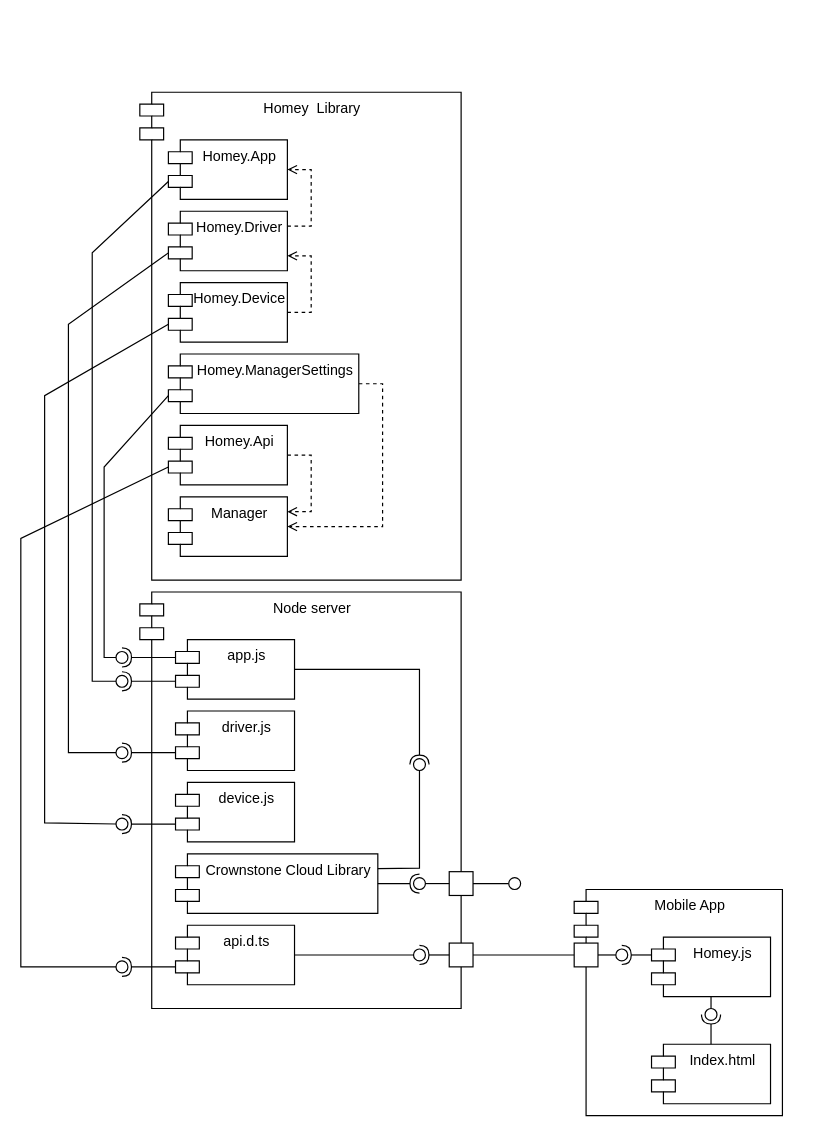
Earlier version of the draw.io diagram Extra/Issue 2 - Component Diagram Version 3.drawio (MJKoedam/Crownstone-Intern-Files). Source tidied: cells renumbered, new cells numbered last; positions are measured from the earlier drawing's top-left corner, leaving out a move shared by most shapes. Both pictures are drawn from the tidied source at 119%, with x=0, y=0 at pixel (20, 92).
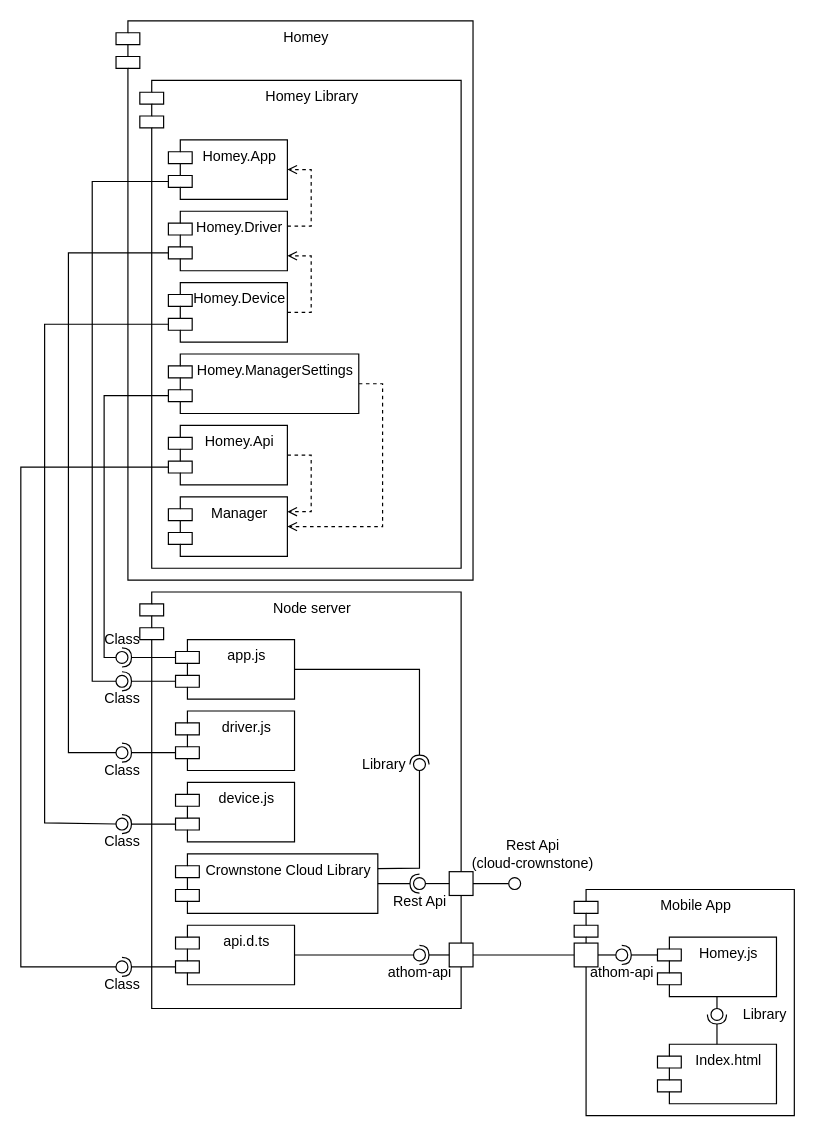
After the change.

Commit message (it also covers changes not shown here):
made a new version of the component diagram

Unchanged cells that the change refers to:
```xml
<mxCell id="3" value="Homey.App" style="shape=module;align=left;spacingLeft=20;align=center;verticalAlign=top;" parent="1" vertex="1">
  <mxGeometry x="124" y="40" width="100" height="50" as="geometry" />
</mxCell>
<mxCell id="5" value="Homey.Driver" style="shape=module;align=left;spacingLeft=20;align=center;verticalAlign=top;" parent="1" vertex="1">
  <mxGeometry x="124" y="100" width="100" height="50" as="geometry" />
</mxCell>
<mxCell id="7" value="Homey.Device" style="shape=module;align=left;spacingLeft=20;align=center;verticalAlign=top;" parent="1" vertex="1">
  <mxGeometry x="124" y="160" width="100" height="50" as="geometry" />
</mxCell>
<mxCell id="9" value="Homey.ManagerSettings" style="shape=module;align=center;spacingLeft=20;align=center;verticalAlign=top;labelPosition=center;verticalLabelPosition=middle;" parent="1" vertex="1">
  <mxGeometry x="124" y="220" width="160" height="50" as="geometry" />
</mxCell>
<mxCell id="24" style="ellipse;whiteSpace=wrap;html=1;fontFamily=Helvetica;fontSize=12;fontColor=#000000;align=center;strokeColor=#000000;fillColor=#ffffff;points=[];" parent="1" vertex="1">
  <mxGeometry x="80" y="490" width="10" height="10" as="geometry" />
</mxCell>
<mxCell id="27" style="ellipse;whiteSpace=wrap;html=1;fontFamily=Helvetica;fontSize=12;fontColor=#000000;align=center;strokeColor=#000000;fillColor=#ffffff;points=[];" parent="1" vertex="1">
  <mxGeometry x="80" y="550" width="10" height="10" as="geometry" />
</mxCell>
<mxCell id="30" style="ellipse;whiteSpace=wrap;html=1;fontFamily=Helvetica;fontSize=12;fontColor=#000000;align=center;strokeColor=#000000;fillColor=#ffffff;points=[];" parent="1" vertex="1">
  <mxGeometry x="80" y="610" width="10" height="10" as="geometry" />
</mxCell>
<mxCell id="33" style="ellipse;whiteSpace=wrap;html=1;fontFamily=Helvetica;fontSize=12;fontColor=#000000;align=center;strokeColor=#000000;fillColor=#ffffff;points=[];" parent="1" vertex="1">
  <mxGeometry x="80" y="470" width="10" height="10" as="geometry" />
</mxCell>
<mxCell id="53" value="Homey.Api" style="shape=module;align=left;spacingLeft=20;align=center;verticalAlign=top;" parent="1" vertex="1">
  <mxGeometry x="124" y="280" width="100" height="50" as="geometry" />
</mxCell>
<mxCell id="56" style="ellipse;whiteSpace=wrap;html=1;fontFamily=Helvetica;fontSize=12;fontColor=#000000;align=center;strokeColor=#000000;fillColor=#ffffff;points=[];" parent="1" vertex="1">
  <mxGeometry x="80" y="730" width="10" height="10" as="geometry" />
</mxCell>
```

The edit, as a diff of the source:
```diff
@@
+    <mxCell id="58" value="Homey" style="shape=module;align=left;spacingLeft=20;align=center;verticalAlign=top;" parent="1" vertex="1">
+      <mxGeometry x="80" y="-60" width="300" height="470" as="geometry" />
+    </mxCell>
-    <mxCell id="2" value="Homey  Library" style="shape=module;align=left;spacingLeft=20;align=center;verticalAlign=top;" parent="1" vertex="1">
-      <mxGeometry x="100" width="270" height="410" as="geometry" />
+    <mxCell id="2" value="Homey Library" style="shape=module;align=left;spacingLeft=20;align=center;verticalAlign=top;" parent="1" vertex="1">
+      <mxGeometry x="100" y="-10" width="270" height="410" as="geometry" />
     </mxCell>
@@
     <mxCell id="15" value="Mobile App" style="shape=module;align=left;spacingLeft=20;align=center;verticalAlign=top;" parent="1" vertex="1">
-      <mxGeometry x="465" y="670" width="175" height="190" as="geometry" />
+      <mxGeometry x="465" y="670" width="185" height="190" as="geometry" />
     </mxCell>
     <mxCell id="16" value="Index.html" style="shape=module;align=left;spacingLeft=20;align=center;verticalAlign=top;" parent="1" vertex="1">
-      <mxGeometry x="530" y="800" width="100" height="50" as="geometry" />
+      <mxGeometry x="535" y="800" width="100" height="50" as="geometry" />
     </mxCell>
     <mxCell id="17" value="Homey.js" style="shape=module;align=left;spacingLeft=20;align=center;verticalAlign=top;" parent="1" vertex="1">
-      <mxGeometry x="530" y="710" width="100" height="50" as="geometry" />
+      <mxGeometry x="535" y="710" width="100" height="50" as="geometry" />
     </mxCell>
@@
     <mxCell id="20" style="ellipse;whiteSpace=wrap;html=1;fontFamily=Helvetica;fontSize=12;fontColor=#000000;align=center;strokeColor=#000000;fillColor=#ffffff;points=[];" parent="1" vertex="1">
-      <mxGeometry x="575" y="770" width="10" height="10" as="geometry" />
+      <mxGeometry x="580" y="770" width="10" height="10" as="geometry" />
     </mxCell>
@@
     <mxCell id="22" style="rounded=0;jettySize=auto;html=1;endArrow=none;endFill=0;exitX=0;exitY=0;exitDx=0;exitDy=35;exitPerimeter=0;" parent="1" edge="1" source="3" target="24">
       <mxGeometry relative="1" as="geometry">
         <Array as="points">
-          <mxPoint x="60" y="135" />
+          <mxPoint x="60" y="75" />
           <mxPoint x="60" y="495" />
         </Array>
       </mxGeometry>
     </mxCell>
@@
     <mxCell id="25" style="rounded=0;jettySize=auto;html=1;endArrow=none;endFill=0;exitX=0;exitY=0;exitDx=0;exitDy=35;exitPerimeter=0;" parent="1" edge="1" source="5" target="27">
       <mxGeometry relative="1" as="geometry">
         <Array as="points">
-          <mxPoint x="40" y="195" />
+          <mxPoint x="40" y="135" />
           <mxPoint x="40" y="555" />
         </Array>
       </mxGeometry>
     </mxCell>
@@
     <mxCell id="28" style="rounded=0;jettySize=auto;html=1;endArrow=none;endFill=0;exitX=0;exitY=0;exitDx=0;exitDy=35;exitPerimeter=0;" parent="1" edge="1" source="7" target="30">
       <mxGeometry relative="1" as="geometry">
         <Array as="points">
-          <mxPoint x="20" y="255" />
+          <mxPoint x="20" y="195" />
           <mxPoint x="20" y="614" />
         </Array>
       </mxGeometry>
     </mxCell>
@@
     <mxCell id="31" style="rounded=0;jettySize=auto;html=1;endArrow=none;endFill=0;exitX=0;exitY=0;exitDx=0;exitDy=35;exitPerimeter=0;" parent="1" edge="1" source="9" target="33">
       <mxGeometry relative="1" as="geometry">
         <Array as="points">
-          <mxPoint x="70" y="315" />
+          <mxPoint x="70" y="255" />
           <mxPoint x="70" y="475" />
         </Array>
       </mxGeometry>
     </mxCell>
@@
     <mxCell id="54" style="rounded=0;jettySize=auto;html=1;endArrow=none;endFill=0;exitX=0;exitY=0;exitDx=0;exitDy=35;exitPerimeter=0;" parent="1" edge="1" source="53" target="56">
       <mxGeometry relative="1" as="geometry">
         <Array as="points">
-          <mxPoint y="375" />
+          <mxPoint y="315" />
           <mxPoint y="735" />
         </Array>
       </mxGeometry>
     </mxCell>
@@
+    <mxCell id="59" value="Rest Api&lt;br&gt;(cloud-crownstone)" style="text;html=1;align=center;verticalAlign=middle;" parent="1" vertex="1">
+      <mxGeometry x="370" y="625" width="120" height="30" as="geometry" />
+    </mxCell>
+    <mxCell id="60" value="Class" style="text;html=1;align=center;verticalAlign=middle;" parent="1" vertex="1">
+      <mxGeometry x="60" y="500" width="50" height="20" as="geometry" />
+    </mxCell>
+    <mxCell id="61" value="Class" style="text;html=1;align=center;verticalAlign=middle;" parent="1" vertex="1">
+      <mxGeometry x="60" y="450" width="50" height="20" as="geometry" />
+    </mxCell>
+    <mxCell id="62" value="Class" style="text;html=1;align=center;verticalAlign=middle;" parent="1" vertex="1">
+      <mxGeometry x="60" y="560" width="50" height="20" as="geometry" />
+    </mxCell>
+    <mxCell id="63" value="Class" style="text;html=1;align=center;verticalAlign=middle;" parent="1" vertex="1">
+      <mxGeometry x="60" y="620" width="50" height="20" as="geometry" />
+    </mxCell>
+    <mxCell id="64" value="Class" style="text;html=1;align=center;verticalAlign=middle;" parent="1" vertex="1">
+      <mxGeometry x="60" y="740" width="50" height="20" as="geometry" />
+    </mxCell>
+    <mxCell id="65" value="Library" style="text;html=1;align=center;verticalAlign=middle;" parent="1" vertex="1">
+      <mxGeometry x="280" y="555" width="50" height="20" as="geometry" />
+    </mxCell>
+    <mxCell id="66" value="Rest Api" style="text;html=1;align=center;verticalAlign=middle;" parent="1" vertex="1">
+      <mxGeometry x="305" y="670" width="60" height="20" as="geometry" />
+    </mxCell>
+    <mxCell id="67" value="athom-api" style="text;html=1;align=center;verticalAlign=middle;" parent="1" vertex="1">
+      <mxGeometry x="300" y="730" width="70" height="20" as="geometry" />
+    </mxCell>
+    <mxCell id="68" value="athom-api" style="text;html=1;align=center;verticalAlign=middle;" parent="1" vertex="1">
+      <mxGeometry x="470" y="730" width="70" height="20" as="geometry" />
+    </mxCell>
+    <mxCell id="69" value="Library" style="text;html=1;align=center;verticalAlign=middle;" parent="1" vertex="1">
+      <mxGeometry x="600" y="765" width="50" height="20" as="geometry" />
+    </mxCell>
```
